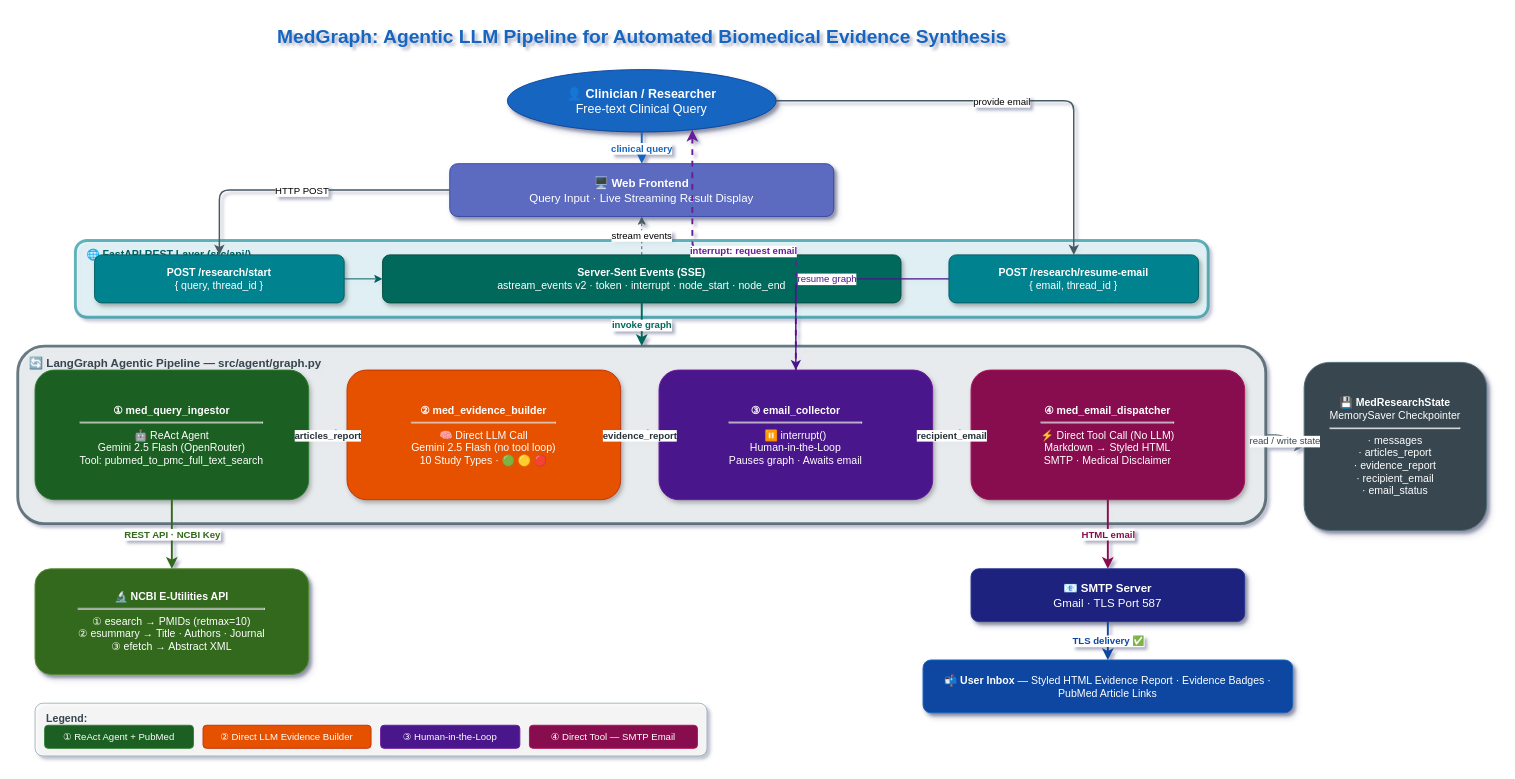
syedmohammedrayan/Medpedia keeps this draw.io diagram as medical_research_asistant/architecture_diagram.drawio. Above is the earlier version. Source tidied: cells renumbered, new cells numbered last; positions are measured from the earlier drawing's top-left corner, leaving out a move shared by most shapes. Both pictures are drawn from the tidied source at 96%, with x=0, y=0 at pixel (17, 16).
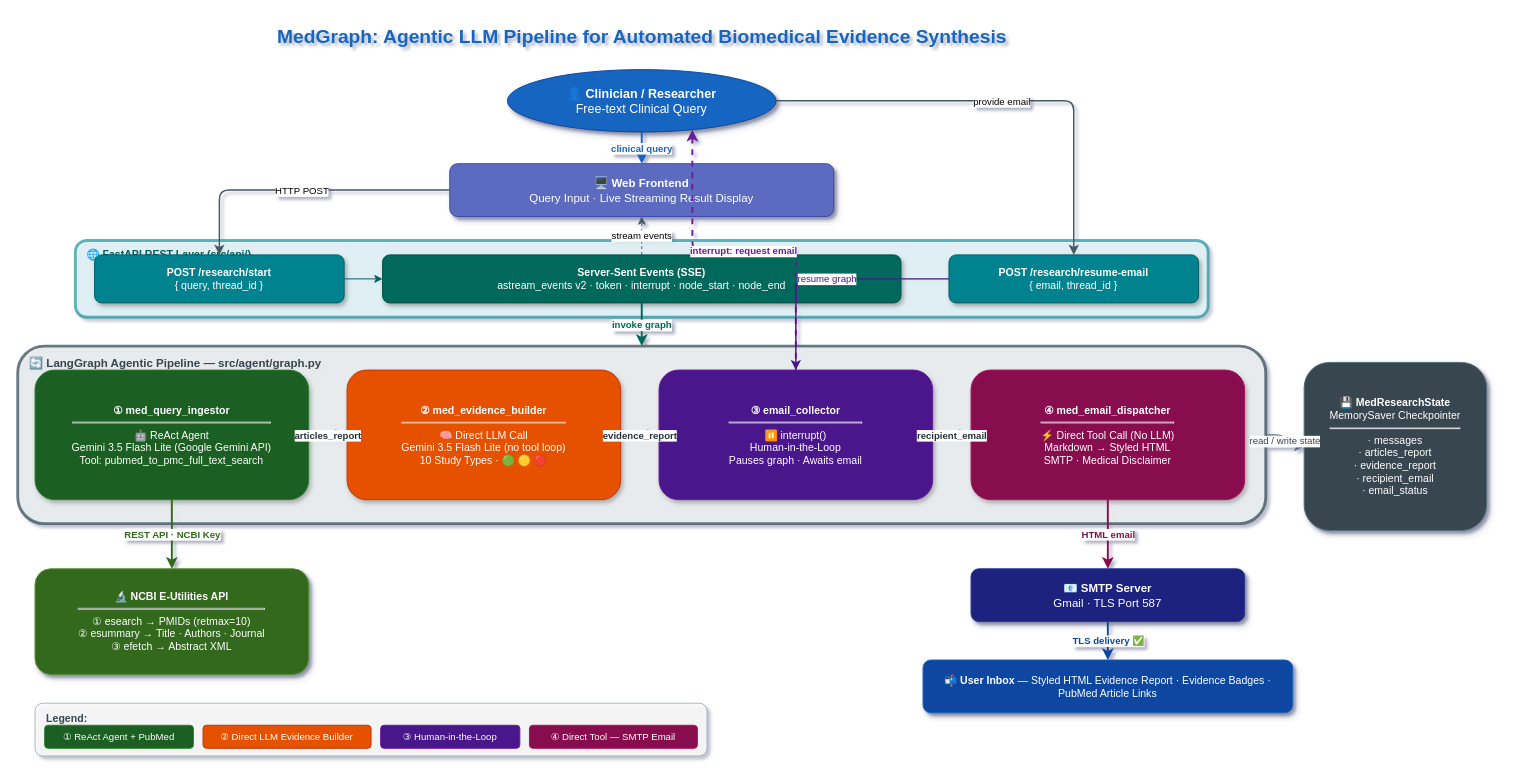
Above is the later version.

The edit, as a diff of the source:
```diff
@@
-    <mxCell id="12" value="&lt;b&gt;①  med_query_ingestor&lt;/b&gt;&lt;hr/&gt;🤖 ReAct Agent&lt;br/&gt;Gemini 2.5 Flash (OpenRouter)&lt;br/&gt;Tool: pubmed_to_pmc_full_text_search" style="rounded=1;whiteSpace=wrap;html=1;fillColor=#1B5E20;strokeColor=#2E7D32;fontColor=#FFFFFF;fontSize=11;shadow=1;verticalAlign=middle;" parent="1" vertex="1">
+    <mxCell id="12" value="&lt;b&gt;①  med_query_ingestor&lt;/b&gt;&lt;hr/&gt;🤖 ReAct Agent&lt;br/&gt;Gemini 3.5 Flash Lite (Google Gemini API)&lt;br/&gt;Tool: pubmed_to_pmc_full_text_search" style="rounded=1;whiteSpace=wrap;html=1;fillColor=#1B5E20;strokeColor=#2E7D32;fontColor=#FFFFFF;fontSize=11;shadow=1;verticalAlign=middle;" parent="1" vertex="1">
       <mxGeometry x="18" y="368" width="285" height="135" as="geometry" />
     </mxCell>
-    <mxCell id="13" value="&lt;b&gt;②  med_evidence_builder&lt;/b&gt;&lt;hr/&gt;🧠 Direct LLM Call&lt;br/&gt;Gemini 2.5 Flash (no tool loop)&lt;br/&gt;10 Study Types · 🟢 🟡 🔴" style="rounded=1;whiteSpace=wrap;html=1;fillColor=#E65100;strokeColor=#BF360C;fontColor=#FFFFFF;fontSize=11;shadow=1;verticalAlign=middle;" parent="1" vertex="1">
+    <mxCell id="13" value="&lt;b&gt;②  med_evidence_builder&lt;/b&gt;&lt;hr/&gt;🧠 Direct LLM Call&lt;br/&gt;Gemini 3.5 Flash Lite (no tool loop)&lt;br/&gt;10 Study Types · 🟢 🟡 🔴" style="rounded=1;whiteSpace=wrap;html=1;fillColor=#E65100;strokeColor=#BF360C;fontColor=#FFFFFF;fontSize=11;shadow=1;verticalAlign=middle;" parent="1" vertex="1">
       <mxGeometry x="343" y="368" width="285" height="135" as="geometry" />
     </mxCell>
```
